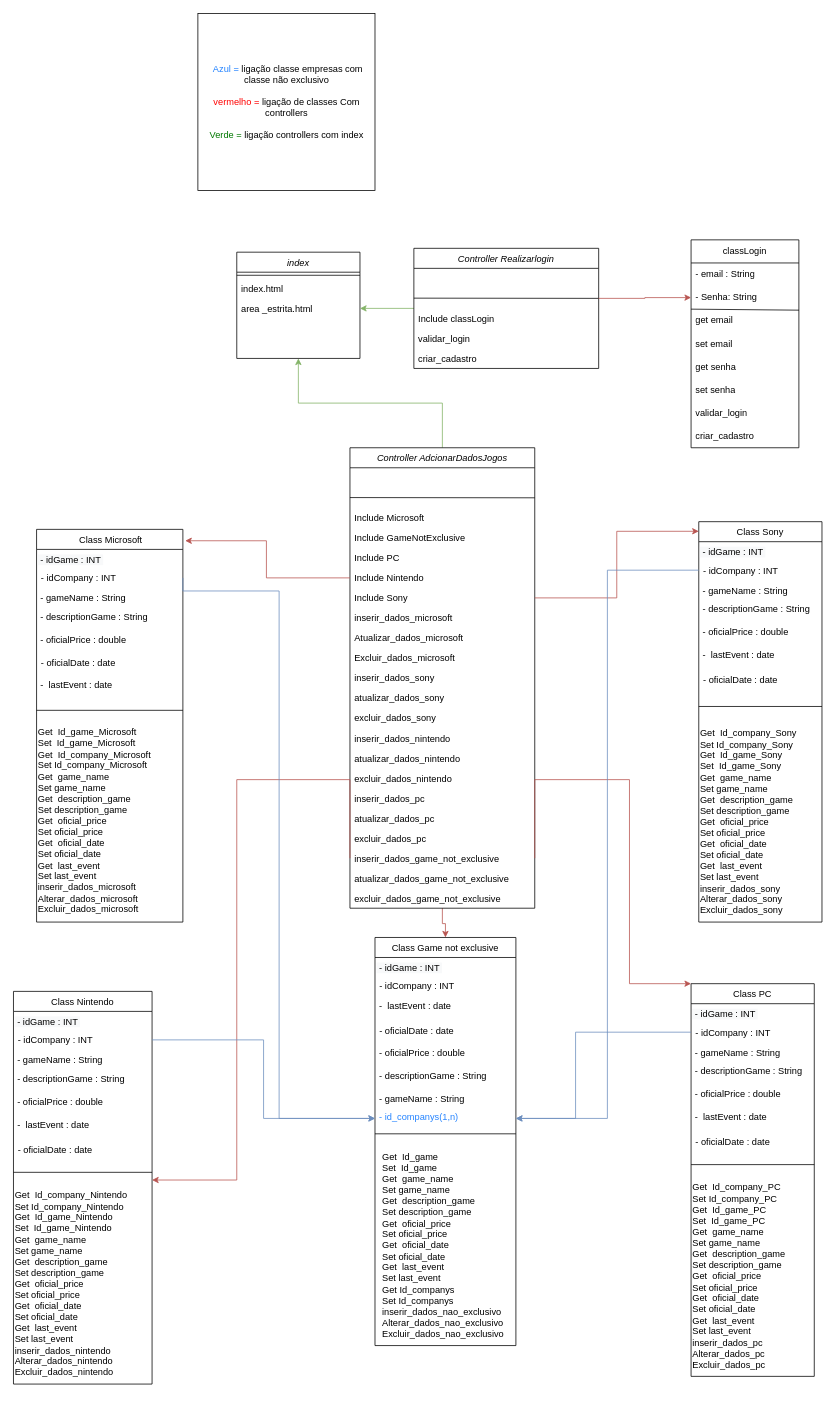
Before: diagrama_classe.drawio in 1LUCASPEDROSO/Triple-A, a draw.io diagram. Source tidied: cells renumbered, new cells numbered last; positions are measured from the earlier drawing's top-left corner, leaving out a move shared by most shapes. Both pictures are drawn from the tidied source at 77%, with x=0, y=0 at pixel (13, 13).
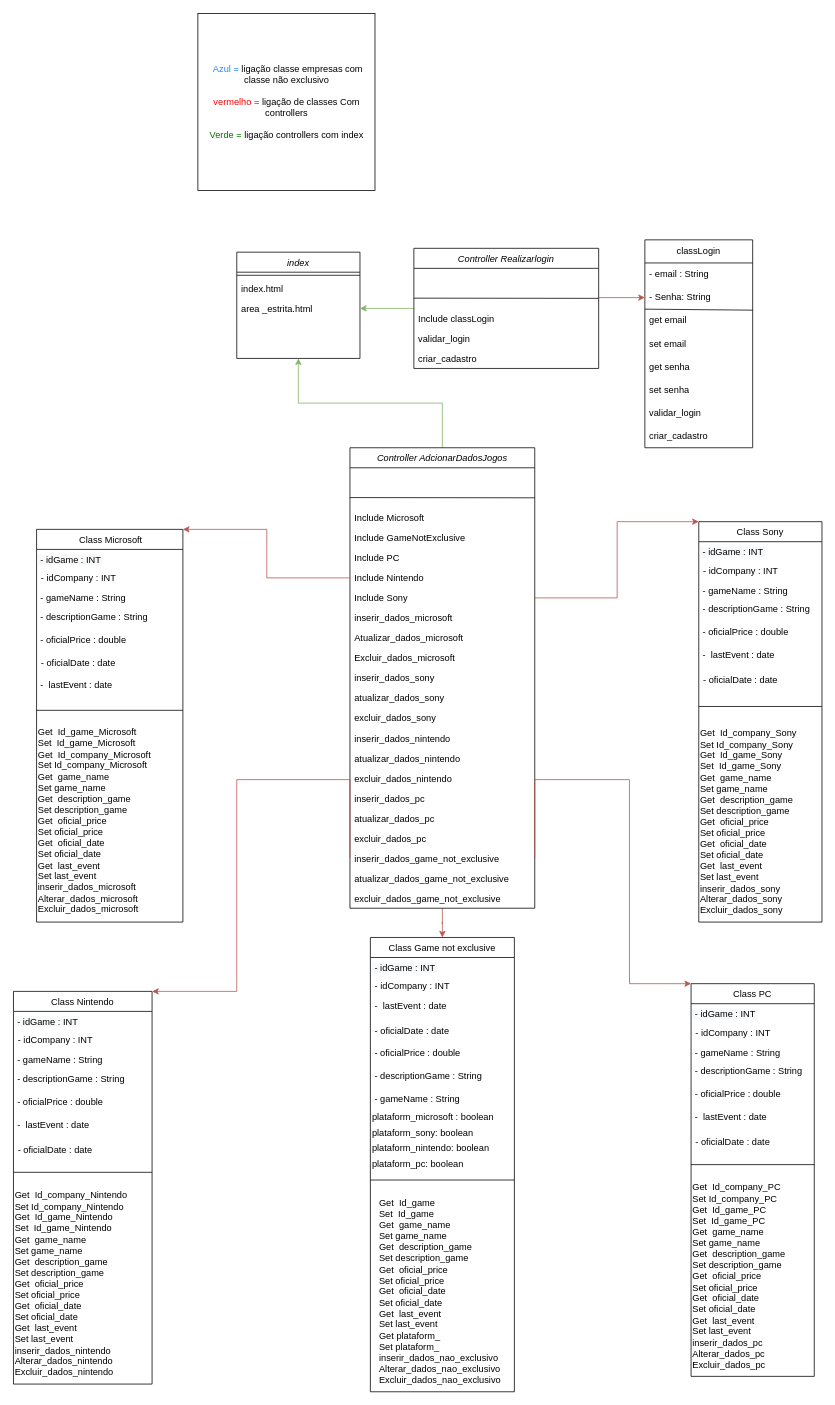
The same page after the edit.

Unchanged cells that the change refers to:
```xml
<mxCell id="6" value=" Class Microsoft&#10;" style="swimlane;fontStyle=0;align=center;verticalAlign=top;horizontal=1;startSize=26;rounded=0;shadow=0;strokeWidth=1;" parent="1" vertex="1">
  <mxGeometry x="30" y="670" width="190" height="510" as="geometry" />
</mxCell>
<mxCell id="8" value="- idCompany : INT" style="text;align=left;verticalAlign=top;spacingLeft=4;spacingRight=4;overflow=hidden;points=[[0,0.5],[1,0.5]];portConstraint=eastwest;fontColor=#000000;" parent="6" vertex="1">
  <mxGeometry y="50" width="190" height="26" as="geometry" />
</mxCell>
<mxCell id="16" value="Class Sony" style="swimlane;fontStyle=0;align=center;verticalAlign=top;horizontal=1;startSize=26;rounded=0;shadow=0;strokeWidth=1;whiteSpace=wrap;" parent="1" vertex="1">
  <mxGeometry x="890" y="660" width="160" height="520" as="geometry" />
</mxCell>
<mxCell id="18" value="- idCompany : INT" style="text;align=left;verticalAlign=top;spacingLeft=4;spacingRight=4;overflow=hidden;points=[[0,0.5],[1,0.5]];portConstraint=eastwest;fontColor=#000000;" parent="16" vertex="1">
  <mxGeometry y="50" width="160" height="26" as="geometry" />
</mxCell>
<mxCell id="28" value="- idCompany : INT" style="text;align=left;verticalAlign=top;spacingLeft=4;spacingRight=4;overflow=hidden;points=[[0,0.5],[1,0.5]];portConstraint=eastwest;fontColor=#000000;" parent="26" vertex="1">
  <mxGeometry y="50" width="160" height="26" as="geometry" />
</mxCell>
<mxCell id="47" value="Class Nintendo" style="swimlane;fontStyle=0;align=center;verticalAlign=top;horizontal=1;startSize=26;rounded=0;shadow=0;strokeWidth=1;" parent="1" vertex="1">
  <mxGeometry y="1270" width="180" height="510" as="geometry" />
</mxCell>
<mxCell id="49" value="- idCompany : INT" style="text;align=left;verticalAlign=top;spacingLeft=4;spacingRight=4;overflow=hidden;points=[[0,0.5],[1,0.5]];portConstraint=eastwest;fontColor=#000000;" parent="47" vertex="1">
  <mxGeometry y="50" width="180" height="26" as="geometry" />
</mxCell>
<mxCell id="66" value="Include Nintendo" style="text;align=left;verticalAlign=top;spacingLeft=4;spacingRight=4;overflow=hidden;points=[[0,0.5],[1,0.5]];portConstraint=eastwest;" parent="59" vertex="1">
  <mxGeometry y="156" width="240" height="26" as="geometry" />
</mxCell>
<mxCell id="67" value="Include Sony" style="text;align=left;verticalAlign=top;spacingLeft=4;spacingRight=4;overflow=hidden;points=[[0,0.5],[1,0.5]];portConstraint=eastwest;" parent="59" vertex="1">
  <mxGeometry y="182" width="240" height="26" as="geometry" />
</mxCell>
<mxCell id="80" value="inserir_dados_game_not_exclusive " style="text;align=left;verticalAlign=top;spacingLeft=4;spacingRight=4;overflow=hidden;points=[[0,0.5],[1,0.5]];portConstraint=eastwest;" parent="59" vertex="1">
  <mxGeometry y="520" width="240" height="26" as="geometry" />
</mxCell>
<mxCell id="86" value="- Senha: String" style="text;strokeColor=none;fillColor=none;align=left;verticalAlign=middle;spacingLeft=4;spacingRight=4;overflow=hidden;points=[[0,0.5],[1,0.5]];portConstraint=eastwest;whiteSpace=wrap;html=1;" parent="84" vertex="1">
  <mxGeometry y="60" width="140" height="30" as="geometry" />
</mxCell>
<mxCell id="97" style="text;align=left;verticalAlign=top;spacingLeft=4;spacingRight=4;overflow=hidden;points=[[0,0.5],[1,0.5]];portConstraint=eastwest;" parent="95" vertex="1">
  <mxGeometry y="52" width="240" height="26" as="geometry" />
</mxCell>
```

The edit, as a diff of the source:
```diff
@@
     <mxCell id="36" value="Class Game not exclusive" style="swimlane;fontStyle=0;align=center;verticalAlign=top;horizontal=1;startSize=26;rounded=0;shadow=0;strokeWidth=1;" parent="1" vertex="1">
-      <mxGeometry x="469.5" y="1200" width="183" height="530" as="geometry" />
+      <mxGeometry x="463.5" y="1200" width="187" height="590" as="geometry" />
     </mxCell>
     <mxCell id="37" value="&lt;span style=&quot;background-color: rgb(248, 249, 250);&quot;&gt;&amp;nbsp;- idGame : INT&amp;nbsp;&lt;/span&gt;" style="text;whiteSpace=wrap;html=1;fontColor=#000000;" parent="36" vertex="1">
-      <mxGeometry y="26" width="183" height="24" as="geometry" />
+      <mxGeometry y="26" width="187" height="24" as="geometry" />
     </mxCell>
     <mxCell id="38" value="- idCompany : INT" style="text;align=left;verticalAlign=top;spacingLeft=4;spacingRight=4;overflow=hidden;fontColor=#000000;" parent="36" vertex="1">
-      <mxGeometry y="50" width="183" height="26" as="geometry" />
+      <mxGeometry y="50" width="187" height="26" as="geometry" />
     </mxCell>
     <mxCell id="39" value="&amp;nbsp;-&amp;nbsp; lastEvent : date" style="text;whiteSpace=wrap;html=1;fontColor=#000000;" parent="36" vertex="1">
-      <mxGeometry y="76" width="183" height="32" as="geometry" />
+      <mxGeometry y="76" width="187" height="32" as="geometry" />
     </mxCell>
     <mxCell id="40" value="- oficialDate : date" style="text;align=left;verticalAlign=top;spacingLeft=4;spacingRight=4;overflow=hidden;rounded=0;shadow=0;html=0;" parent="36" vertex="1">
-      <mxGeometry y="108" width="183" height="28" as="geometry" />
+      <mxGeometry y="108" width="187" height="28" as="geometry" />
     </mxCell>
     <mxCell id="41" value="&amp;nbsp;- oficialPrice : double" style="text;whiteSpace=wrap;html=1;fontColor=#000000;" parent="36" vertex="1">
-      <mxGeometry y="136" width="183" height="30" as="geometry" />
+      <mxGeometry y="136" width="187" height="30" as="geometry" />
     </mxCell>
     <mxCell id="42" value="&amp;nbsp;- descriptionGame : String" style="text;whiteSpace=wrap;html=1;fontColor=#000000;" parent="36" vertex="1">
-      <mxGeometry y="166" width="183" height="30" as="geometry" />
+      <mxGeometry y="166" width="187" height="30" as="geometry" />
     </mxCell>
     <mxCell id="43" value="&amp;nbsp;- gameName : String" style="text;whiteSpace=wrap;html=1;fontColor=#000000;" parent="36" vertex="1">
-      <mxGeometry y="196" width="183" height="24" as="geometry" />
+      <mxGeometry y="196" width="187" height="24" as="geometry" />
     </mxCell>
-    <mxCell id="44" value="&lt;font color=&quot;#2483ff&quot;&gt;&amp;nbsp;- id_companys(1,n)&lt;/font&gt;" style="text;whiteSpace=wrap;html=1;fontColor=#000000;" parent="36" vertex="1">
-      <mxGeometry y="220" width="183" height="20" as="geometry" />
+    <mxCell id="44" value="plataform_microsoft : boolean" style="text;whiteSpace=wrap;html=1;fontColor=#000000;" parent="36" vertex="1">
+      <mxGeometry y="220" width="187" height="20" as="geometry" />
     </mxCell>
+    <mxCell id="111" value="plataform_sony: boolean" style="text;whiteSpace=wrap;html=1;fontColor=#000000;" parent="36" vertex="1">
+      <mxGeometry y="240" width="187" height="20" as="geometry" />
+    </mxCell>
+    <mxCell id="112" value="plataform_nintendo:&amp;nbsp;boolean" style="text;whiteSpace=wrap;html=1;fontColor=#000000;" parent="36" vertex="1">
+      <mxGeometry y="260" width="187" height="20" as="geometry" />
+    </mxCell>
+    <mxCell id="113" value="plataform_pc: boolean" style="text;whiteSpace=wrap;html=1;fontColor=#000000;" parent="36" vertex="1">
+      <mxGeometry y="280" width="187" height="20" as="geometry" />
+    </mxCell>
     <mxCell id="45" style="line;html=1;strokeWidth=1;align=left;verticalAlign=middle;spacingTop=-1;spacingLeft=3;spacingRight=3;labelPosition=right;" parent="36" vertex="1">
-      <mxGeometry y="240" width="183" height="30" as="geometry" />
+      <mxGeometry y="300" width="187" height="30" as="geometry" />
     </mxCell>
-    <mxCell id="46" value="&lt;div style=&quot;text-align: left;&quot;&gt;&lt;span style=&quot;color: rgb(0, 0, 0); background-color: initial;&quot;&gt;Get&amp;nbsp; Id_game&amp;nbsp;&lt;/span&gt;&lt;/div&gt;&lt;span style=&quot;color: rgb(0, 0, 0);&quot;&gt;&lt;div style=&quot;text-align: left;&quot;&gt;&lt;span style=&quot;background-color: initial;&quot;&gt;Set&amp;nbsp; Id_game&lt;/span&gt;&lt;/div&gt;&lt;/span&gt;&lt;div style=&quot;text-align: left;&quot;&gt;&lt;span style=&quot;color: rgb(0, 0, 0); background-color: initial;&quot;&gt;Get&amp;nbsp; game_name&amp;nbsp;&lt;/span&gt;&lt;/div&gt;&lt;span style=&quot;color: rgb(0, 0, 0);&quot;&gt;&lt;div style=&quot;text-align: left;&quot;&gt;&lt;span style=&quot;background-color: initial;&quot;&gt;Set game_name&lt;/span&gt;&lt;/div&gt;&lt;/span&gt;&lt;span style=&quot;color: rgb(0, 0, 0);&quot;&gt;&lt;div style=&quot;text-align: left;&quot;&gt;&lt;span style=&quot;background-color: initial;&quot;&gt;Get&amp;nbsp; description_game&amp;nbsp;&lt;/span&gt;&lt;/div&gt;&lt;/span&gt;&lt;span style=&quot;color: rgb(0, 0, 0);&quot;&gt;&lt;div style=&quot;text-align: left;&quot;&gt;&lt;span style=&quot;background-color: initial;&quot;&gt;Set description_game&lt;/span&gt;&lt;/div&gt;&lt;/span&gt;&lt;span style=&quot;color: rgb(0, 0, 0);&quot;&gt;&lt;div style=&quot;text-align: left;&quot;&gt;&lt;span style=&quot;background-color: initial;&quot;&gt;Get&amp;nbsp; oficial_price&lt;/span&gt;&lt;/div&gt;&lt;/span&gt;&lt;span style=&quot;color: rgb(0, 0, 0);&quot;&gt;&lt;div style=&quot;text-align: left;&quot;&gt;&lt;span style=&quot;background-color: initial;&quot;&gt;Set oficial_price&lt;/span&gt;&lt;/div&gt;&lt;/span&gt;&lt;span style=&quot;color: rgb(0, 0, 0);&quot;&gt;&lt;div style=&quot;text-align: left;&quot;&gt;&lt;span style=&quot;background-color: initial;&quot;&gt;Get&amp;nbsp; oficial_date&lt;/span&gt;&lt;/div&gt;&lt;/span&gt;&lt;span style=&quot;color: rgb(0, 0, 0);&quot;&gt;&lt;div style=&quot;text-align: left;&quot;&gt;&lt;span style=&quot;background-color: initial;&quot;&gt;Set oficial_date&lt;/span&gt;&lt;/div&gt;&lt;/span&gt;&lt;span style=&quot;color: rgb(0, 0, 0);&quot;&gt;&lt;div style=&quot;text-align: left;&quot;&gt;&lt;span style=&quot;background-color: initial;&quot;&gt;Get&amp;nbsp; last_event&amp;nbsp;&lt;/span&gt;&lt;/div&gt;&lt;/span&gt;&lt;span style=&quot;color: rgb(0, 0, 0);&quot;&gt;&lt;div style=&quot;text-align: left;&quot;&gt;&lt;span style=&quot;background-color: initial;&quot;&gt;Set last_event&amp;nbsp;&lt;/span&gt;&lt;span style=&quot;background-color: initial;&quot;&gt;&amp;nbsp;&lt;/span&gt;&lt;/div&gt;&lt;/span&gt;&lt;span style=&quot;color: rgb(0, 0, 0);&quot;&gt;&lt;div style=&quot;text-align: left;&quot;&gt;&lt;span style=&quot;background-color: initial;&quot;&gt;Get Id_companys&lt;/span&gt;&lt;/div&gt;&lt;/span&gt;&lt;span style=&quot;color: rgb(0, 0, 0);&quot;&gt;&lt;div style=&quot;text-align: left;&quot;&gt;&lt;span style=&quot;background-color: initial;&quot;&gt;Set Id_companys&lt;/span&gt;&lt;/div&gt;&lt;div style=&quot;text-align: left;&quot;&gt;&lt;span style=&quot;background-color: initial;&quot;&gt;inserir_dados_nao_exclusivo&lt;/span&gt;&lt;/div&gt;&lt;div style=&quot;text-align: left;&quot;&gt;Alterar_dados_nao_exclusivo&lt;br style=&quot;border-color: var(--border-color);&quot;&gt;&lt;span style=&quot;&quot;&gt;Excluir_dados_nao_exclusivo&amp;nbsp;&amp;nbsp;&lt;/span&gt;&lt;span style=&quot;background-color: initial;&quot;&gt;&lt;br&gt;&lt;/span&gt;&lt;/div&gt;&lt;/span&gt;" style="text;html=1;align=center;verticalAlign=middle;strokeColor=none;fillColor=none;fontSize=12;fontColor=#007800;" parent="36" vertex="1">
-      <mxGeometry y="270" width="183" height="260" as="geometry" />
+    <mxCell id="46" value="&lt;div style=&quot;text-align: left;&quot;&gt;&lt;span style=&quot;color: rgb(0, 0, 0); background-color: initial;&quot;&gt;Get&amp;nbsp; Id_game&amp;nbsp;&lt;/span&gt;&lt;/div&gt;&lt;span style=&quot;color: rgb(0, 0, 0);&quot;&gt;&lt;div style=&quot;text-align: left;&quot;&gt;&lt;span style=&quot;background-color: initial;&quot;&gt;Set&amp;nbsp; Id_game&lt;/span&gt;&lt;/div&gt;&lt;/span&gt;&lt;div style=&quot;text-align: left;&quot;&gt;&lt;span style=&quot;color: rgb(0, 0, 0); background-color: initial;&quot;&gt;Get&amp;nbsp; game_name&amp;nbsp;&lt;/span&gt;&lt;/div&gt;&lt;span style=&quot;color: rgb(0, 0, 0);&quot;&gt;&lt;div style=&quot;text-align: left;&quot;&gt;&lt;span style=&quot;background-color: initial;&quot;&gt;Set game_name&lt;/span&gt;&lt;/div&gt;&lt;/span&gt;&lt;span style=&quot;color: rgb(0, 0, 0);&quot;&gt;&lt;div style=&quot;text-align: left;&quot;&gt;&lt;span style=&quot;background-color: initial;&quot;&gt;Get&amp;nbsp; description_game&amp;nbsp;&lt;/span&gt;&lt;/div&gt;&lt;/span&gt;&lt;span style=&quot;color: rgb(0, 0, 0);&quot;&gt;&lt;div style=&quot;text-align: left;&quot;&gt;&lt;span style=&quot;background-color: initial;&quot;&gt;Set description_game&lt;/span&gt;&lt;/div&gt;&lt;/span&gt;&lt;span style=&quot;color: rgb(0, 0, 0);&quot;&gt;&lt;div style=&quot;text-align: left;&quot;&gt;&lt;span style=&quot;background-color: initial;&quot;&gt;Get&amp;nbsp; oficial_price&lt;/span&gt;&lt;/div&gt;&lt;/span&gt;&lt;span style=&quot;color: rgb(0, 0, 0);&quot;&gt;&lt;div style=&quot;text-align: left;&quot;&gt;&lt;span style=&quot;background-color: initial;&quot;&gt;Set oficial_price&lt;/span&gt;&lt;/div&gt;&lt;/span&gt;&lt;span style=&quot;color: rgb(0, 0, 0);&quot;&gt;&lt;div style=&quot;text-align: left;&quot;&gt;&lt;span style=&quot;background-color: initial;&quot;&gt;Get&amp;nbsp; oficial_date&lt;/span&gt;&lt;/div&gt;&lt;/span&gt;&lt;span style=&quot;color: rgb(0, 0, 0);&quot;&gt;&lt;div style=&quot;text-align: left;&quot;&gt;&lt;span style=&quot;background-color: initial;&quot;&gt;Set oficial_date&lt;/span&gt;&lt;/div&gt;&lt;/span&gt;&lt;span style=&quot;color: rgb(0, 0, 0);&quot;&gt;&lt;div style=&quot;text-align: left;&quot;&gt;&lt;span style=&quot;background-color: initial;&quot;&gt;Get&amp;nbsp; last_event&amp;nbsp;&lt;/span&gt;&lt;/div&gt;&lt;/span&gt;&lt;span style=&quot;color: rgb(0, 0, 0);&quot;&gt;&lt;div style=&quot;text-align: left;&quot;&gt;&lt;span style=&quot;background-color: initial;&quot;&gt;Set last_event&amp;nbsp;&lt;/span&gt;&lt;span style=&quot;background-color: initial;&quot;&gt;&amp;nbsp;&lt;/span&gt;&lt;/div&gt;&lt;/span&gt;&lt;span style=&quot;color: rgb(0, 0, 0);&quot;&gt;&lt;div style=&quot;text-align: left;&quot;&gt;&lt;span style=&quot;background-color: initial;&quot;&gt;Get plataform_&lt;/span&gt;&lt;/div&gt;&lt;/span&gt;&lt;span style=&quot;color: rgb(0, 0, 0);&quot;&gt;&lt;div style=&quot;text-align: left;&quot;&gt;&lt;span style=&quot;background-color: initial;&quot;&gt;Set plataform_&lt;/span&gt;&lt;/div&gt;&lt;div style=&quot;text-align: left;&quot;&gt;&lt;span style=&quot;background-color: initial;&quot;&gt;inserir_dados_nao_exclusivo&lt;/span&gt;&lt;/div&gt;&lt;div style=&quot;text-align: left;&quot;&gt;Alterar_dados_nao_exclusivo&lt;br style=&quot;border-color: var(--border-color);&quot;&gt;&lt;span style=&quot;&quot;&gt;Excluir_dados_nao_exclusivo&amp;nbsp;&amp;nbsp;&lt;/span&gt;&lt;span style=&quot;background-color: initial;&quot;&gt;&lt;br&gt;&lt;/span&gt;&lt;/div&gt;&lt;/span&gt;" style="text;html=1;align=center;verticalAlign=middle;strokeColor=none;fillColor=none;fontSize=12;fontColor=#007800;" parent="36" vertex="1">
+      <mxGeometry y="330" width="187" height="260" as="geometry" />
     </mxCell>
@@
     <mxCell id="84" value="classLogin" style="swimlane;fontStyle=0;horizontal=1;startSize=30;whiteSpace=wrap;html=1;" parent="1" vertex="1">
-      <mxGeometry x="880" y="294" width="140" height="270" as="geometry" />
+      <mxGeometry x="820" y="294" width="140" height="270" as="geometry" />
     </mxCell>
@@
-    <mxCell id="102" style="edgeStyle=orthogonalEdgeStyle;rounded=0;jettySize=auto;html=1;exitX=0;exitY=0.5;exitDx=0;exitDy=0;entryX=1.016;entryY=0.029;entryDx=0;entryDy=0;entryPerimeter=0;fillColor=#f8cecc;strokeColor=#b85450;" parent="1" edge="1" source="66" target="6">
-      <mxGeometry relative="1" as="geometry" />
+    <mxCell id="102" style="edgeStyle=orthogonalEdgeStyle;rounded=0;jettySize=auto;html=1;exitX=0;exitY=0.5;exitDx=0;exitDy=0;entryX=1;entryY=0;entryDx=0;entryDy=0;fillColor=#f8cecc;strokeColor=#b85450;" parent="1" edge="1" source="66" target="6">
+      <mxGeometry relative="1" as="geometry">
+        <Array as="points">
+          <mxPoint x="329" y="733" />
+          <mxPoint x="329" y="670" />
+        </Array>
+      </mxGeometry>
     </mxCell>
-    <mxCell id="103" style="edgeStyle=orthogonalEdgeStyle;rounded=0;jettySize=auto;html=1;exitX=1;exitY=0.5;exitDx=0;exitDy=0;entryX=0;entryY=0.024;entryDx=0;entryDy=0;entryPerimeter=0;fillColor=#f8cecc;strokeColor=#b85450;" parent="1" edge="1" source="67" target="16">
-      <mxGeometry relative="1" as="geometry" />
+    <mxCell id="103" style="edgeStyle=orthogonalEdgeStyle;rounded=0;jettySize=auto;html=1;exitX=1;exitY=0.5;exitDx=0;exitDy=0;entryX=0;entryY=0;entryDx=0;entryDy=0;fillColor=#f8cecc;strokeColor=#b85450;" parent="1" edge="1" source="67" target="16">
+      <mxGeometry relative="1" as="geometry">
+        <Array as="points">
+          <mxPoint x="784" y="759" />
+          <mxPoint x="784" y="660" />
+        </Array>
+      </mxGeometry>
     </mxCell>
     <mxCell id="104" style="edgeStyle=orthogonalEdgeStyle;rounded=0;jettySize=auto;html=1;exitX=0;exitY=0.5;exitDx=0;exitDy=0;fillColor=#f8cecc;strokeColor=#b85450;" parent="1" edge="1" source="80" target="47">
       <mxGeometry relative="1" as="geometry">
         <Array as="points">
+          <mxPoint x="437" y="995" />
           <mxPoint x="290" y="995" />
-          <mxPoint x="290" y="1515" />
+          <mxPoint x="290" y="1270" />
         </Array>
       </mxGeometry>
     </mxCell>
@@
-    <mxCell id="106" style="edgeStyle=orthogonalEdgeStyle;rounded=0;jettySize=auto;html=1;exitX=1;exitY=0.5;exitDx=0;exitDy=0;entryX=0;entryY=0.75;entryDx=0;entryDy=0;fillColor=#dae8fc;strokeColor=#6c8ebf;" parent="1" edge="1" source="49" target="44">
-      <mxGeometry relative="1" as="geometry" />
-    </mxCell>
-    <mxCell id="107" style="edgeStyle=orthogonalEdgeStyle;rounded=0;jettySize=auto;html=1;exitX=0;exitY=0.5;exitDx=0;exitDy=0;entryX=1;entryY=0.75;entryDx=0;entryDy=0;fillColor=#dae8fc;strokeColor=#6c8ebf;" parent="1" edge="1" source="28" target="44">
-      <mxGeometry relative="1" as="geometry">
-        <Array as="points">
-          <mxPoint x="730" y="1323" />
-          <mxPoint x="730" y="1435" />
-        </Array>
-      </mxGeometry>
-    </mxCell>
-    <mxCell id="108" style="edgeStyle=orthogonalEdgeStyle;rounded=0;jettySize=auto;html=1;exitX=1;exitY=0.5;exitDx=0;exitDy=0;entryX=0;entryY=0.75;entryDx=0;entryDy=0;fillColor=#dae8fc;strokeColor=#6c8ebf;" parent="1" edge="1" source="8" target="44">
-      <mxGeometry relative="1" as="geometry">
-        <Array as="points">
-          <mxPoint x="220" y="750" />
-          <mxPoint x="345" y="750" />
-          <mxPoint x="345" y="1435" />
-        </Array>
-      </mxGeometry>
-    </mxCell>
-    <mxCell id="109" style="edgeStyle=orthogonalEdgeStyle;rounded=0;jettySize=auto;html=1;exitX=0;exitY=0.5;exitDx=0;exitDy=0;entryX=1;entryY=0.75;entryDx=0;entryDy=0;fillColor=#dae8fc;strokeColor=#6c8ebf;" parent="1" edge="1" source="18" target="44">
-      <mxGeometry relative="1" as="geometry" />
-    </mxCell>
     <mxCell id="110" style="edgeStyle=orthogonalEdgeStyle;rounded=0;jettySize=auto;html=1;exitX=1;exitY=0.5;exitDx=0;exitDy=0;entryX=0;entryY=0.5;entryDx=0;entryDy=0;fillColor=#f8cecc;strokeColor=#b85450;" parent="1" edge="1" source="97" target="86">
-      <mxGeometry relative="1" as="geometry" />
+      <mxGeometry relative="1" as="geometry">
+        <Array as="points">
+          <mxPoint x="760" y="369" />
+        </Array>
+      </mxGeometry>
     </mxCell>
```
